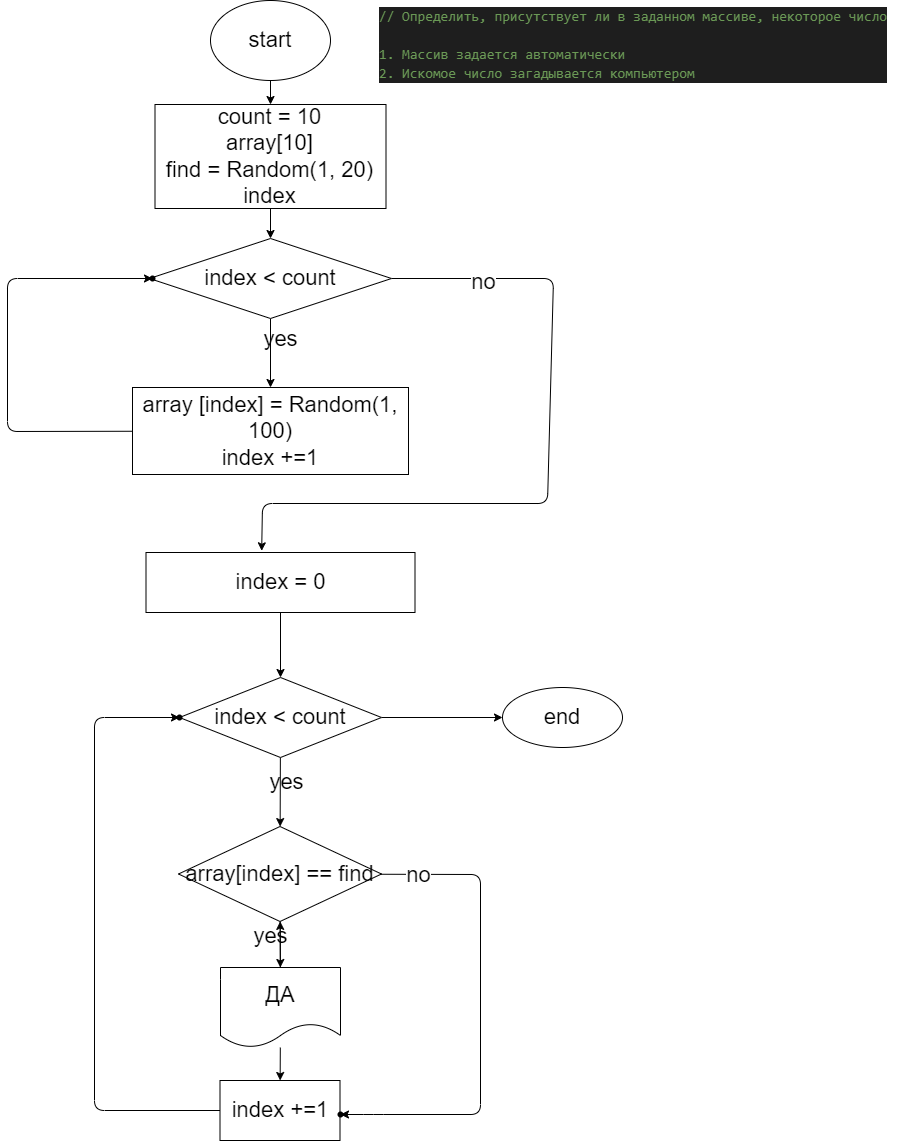
Before: Lesson02/Ex02/diagram.drawio.png, a diagram exported from draw.io (azl23/CODE). Source tidied: cells renumbered, new cells last; positions are measured from the earlier drawing's top-left corner, leaving out a move shared by most shapes.
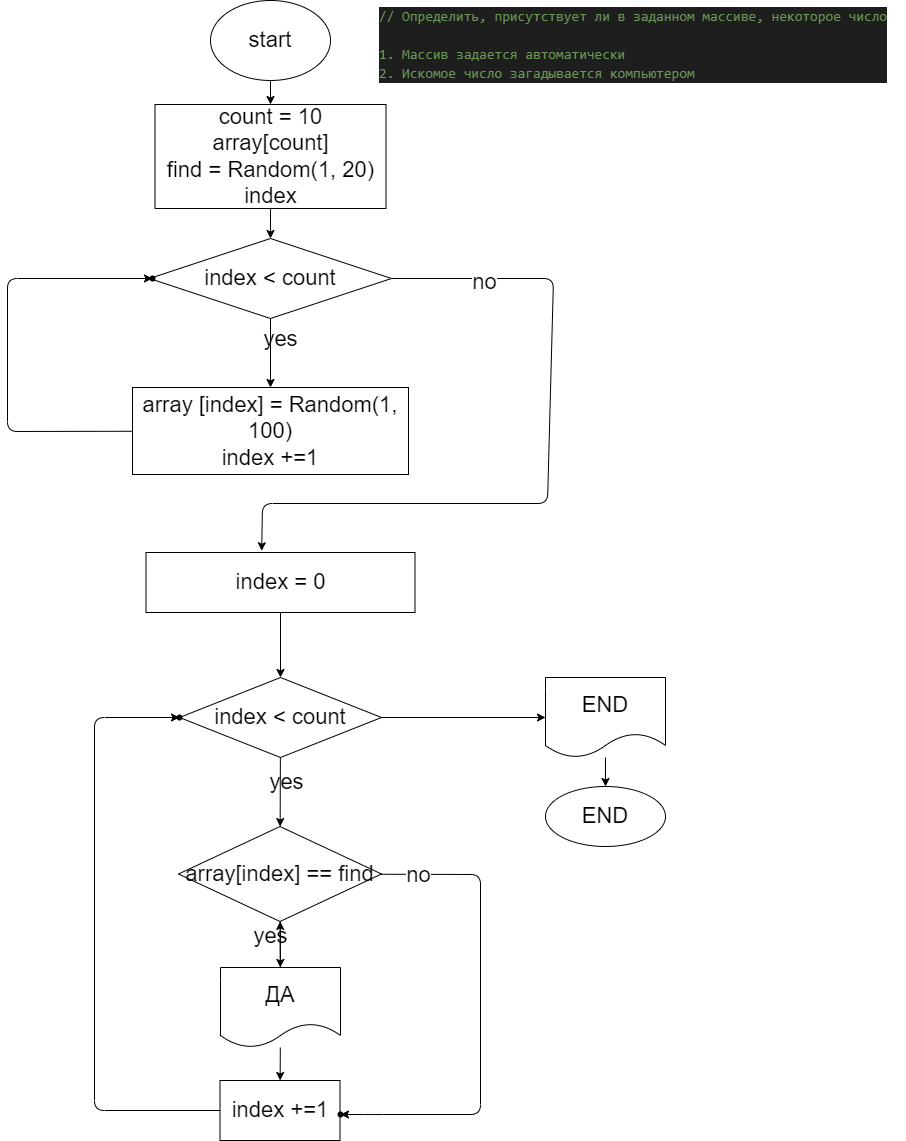
The same diagram one commit later.

Commit message:
Реализовали основной алгоритм

Diff of the diagram source:
```diff
@@ -14,7 +14,7 @@
     <mxCell id="5" style="edgeStyle=none;html=1;fontSize=22;" parent="1" edge="1" source="6" target="10">
       <mxGeometry relative="1" as="geometry" />
     </mxCell>
-    <mxCell id="6" value="count = 10&lt;br&gt;array[10]&lt;br&gt;find = Random(1, 20)&lt;br&gt;index" style="whiteSpace=wrap;html=1;fontSize=22;" parent="1" vertex="1">
+    <mxCell id="6" value="count = 10&lt;br&gt;array[count]&lt;br&gt;find = Random(1, 20)&lt;br&gt;index" style="whiteSpace=wrap;html=1;fontSize=22;" parent="1" vertex="1">
       <mxGeometry x="147.5" y="104" width="231" height="104" as="geometry" />
     </mxCell>
     <mxCell id="7" style="edgeStyle=none;html=1;fontSize=22;" parent="1" edge="1" source="10" target="12">
@@ -62,9 +62,9 @@
     <mxCell id="17" style="edgeStyle=none;html=1;fontSize=22;" parent="1" edge="1" source="19" target="23">
       <mxGeometry relative="1" as="geometry" />
     </mxCell>
-    <mxCell id="18" style="edgeStyle=none;html=1;fontSize=22;" parent="1" edge="1" source="19" target="33">
-      <mxGeometry relative="1" as="geometry" />
-    </mxCell>
+    <mxCell id="34" style="edgeStyle=none;html=1;" parent="1" edge="1" source="19" target="36">
+      <mxGeometry relative="1" as="geometry" />
+    </mxCell>
     <mxCell id="19" value="index &amp;lt; count" style="rhombus;whiteSpace=wrap;html=1;fontSize=22;" parent="1" vertex="1">
       <mxGeometry x="172" y="677" width="202" height="80" as="geometry" />
     </mxCell>
@@ -118,8 +118,14 @@
     <mxCell id="32" style="shape=waypoint;sketch=0;size=6;points=[];fillColor=default;perimeter=centerPerimeter;snapToPoint=1;fontSize=22;" parent="1" vertex="1">
       <mxGeometry x="152" y="697" width="40" height="40" as="geometry" />
     </mxCell>
-    <mxCell id="33" value="end" style="ellipse;whiteSpace=wrap;html=1;fontSize=22;" parent="1" vertex="1">
-      <mxGeometry x="495" y="687" width="120" height="60" as="geometry" />
-    </mxCell>
+    <mxCell id="35" style="edgeStyle=none;html=1;" parent="1" edge="1" source="36" target="37">
+      <mxGeometry relative="1" as="geometry" />
+    </mxCell>
+    <mxCell id="36" value="END" style="shape=document;whiteSpace=wrap;html=1;boundedLbl=1;fontSize=22;" parent="1" vertex="1">
+      <mxGeometry x="538" y="677" width="120" height="80" as="geometry" />
+    </mxCell>
+    <mxCell id="37" value="END" style="ellipse;whiteSpace=wrap;html=1;fontSize=22;" parent="1" vertex="1">
+      <mxGeometry x="538" y="786" width="120" height="60" as="geometry" />
+    </mxCell>
   </root>
 </mxGraphModel>
```
